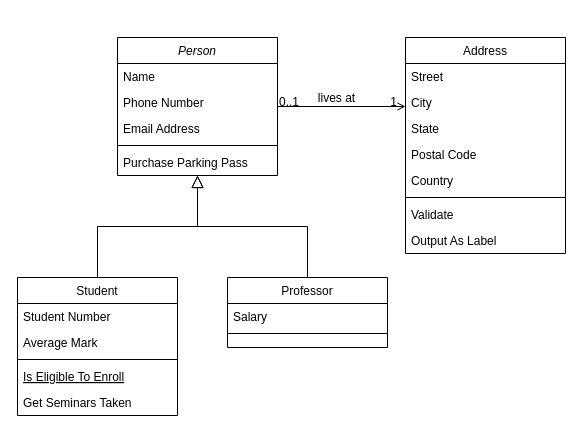
This is docs/LojaDeHardware.drawio from Matheus4444/LojaDeHardware, a draw.io file, before an edit. Source tidied: cells renumbered, new cells numbered last; positions are measured from the earlier drawing's top-left corner, leaving out a move shared by most shapes. Both pictures are drawn from the tidied source at 100%, with x=0, y=0 at pixel (17, 37).
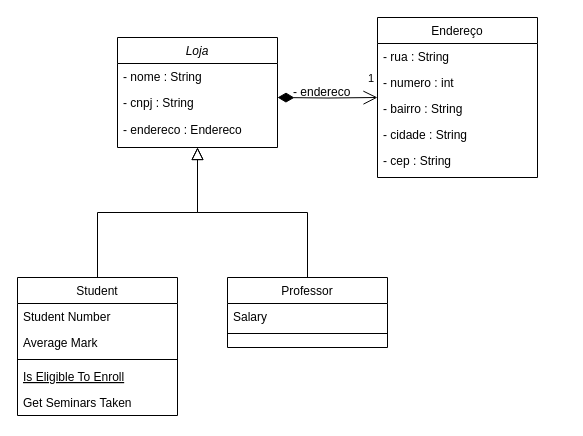
The same page after the edit.

Diff of the diagram source:
```diff
@@
-    <mxCell id="2" value="Person" style="swimlane;fontStyle=2;align=center;verticalAlign=top;horizontal=1;startSize=26;rounded=0;shadow=0;strokeWidth=1;" parent="1" vertex="1">
-      <mxGeometry x="100" width="160" height="138" as="geometry" />
+    <mxCell id="2" value="Loja" style="swimlane;fontStyle=2;align=center;verticalAlign=top;horizontal=1;startSize=26;rounded=0;shadow=0;strokeWidth=1;" parent="1" vertex="1">
+      <mxGeometry x="100" width="160" height="110" as="geometry" />
     </mxCell>
-    <mxCell id="3" value="Name" style="text;align=left;verticalAlign=top;spacingLeft=4;spacingRight=4;overflow=hidden;" parent="2" vertex="1">
+    <mxCell id="3" value="- nome : String" style="text;align=left;verticalAlign=top;spacingLeft=4;spacingRight=4;overflow=hidden;" parent="2" vertex="1">
       <mxGeometry y="26" width="160" height="26" as="geometry" />
     </mxCell>
-    <mxCell id="4" value="Phone Number" style="text;align=left;verticalAlign=top;spacingLeft=4;spacingRight=4;overflow=hidden;rounded=0;shadow=0;html=0;" parent="2" vertex="1">
+    <mxCell id="4" value="- cnpj : String" style="text;align=left;verticalAlign=top;spacingLeft=4;spacingRight=4;overflow=hidden;rounded=0;shadow=0;html=0;" parent="2" vertex="1">
       <mxGeometry y="52" width="160" height="26" as="geometry" />
     </mxCell>
-    <mxCell id="5" value="Email Address" style="text;align=left;verticalAlign=top;spacingLeft=4;spacingRight=4;overflow=hidden;rounded=0;shadow=0;html=0;" parent="2" vertex="1">
-      <mxGeometry y="78" width="160" height="26" as="geometry" />
-    </mxCell>
-    <mxCell id="6" style="line;html=1;strokeWidth=1;align=left;verticalAlign=middle;spacingTop=-1;spacingLeft=3;spacingRight=3;labelPosition=right;" parent="2" vertex="1">
-      <mxGeometry y="104" width="160" height="8" as="geometry" />
-    </mxCell>
-    <mxCell id="7" value="Purchase Parking Pass" style="text;align=left;verticalAlign=top;spacingLeft=4;spacingRight=4;overflow=hidden;" parent="2" vertex="1">
-      <mxGeometry y="112" width="160" height="26" as="geometry" />
-    </mxCell>
+    <mxCell id="32" value="- endereco : Endereco" style="text;strokeColor=none;fillColor=none;align=left;verticalAlign=middle;spacingLeft=4;spacingRight=4;overflow=hidden;whiteSpace=wrap;html=1;" parent="2" vertex="1">
+      <mxGeometry y="78" width="160" height="30" as="geometry" />
+    </mxCell>
@@
-    <mxCell id="19" value="Address" style="swimlane;fontStyle=0;align=center;verticalAlign=top;horizontal=1;startSize=26;rounded=0;shadow=0;strokeWidth=1;" parent="1" vertex="1">
-      <mxGeometry x="388" width="160" height="216" as="geometry" />
+    <mxCell id="19" value="Endereço" style="swimlane;fontStyle=0;align=center;verticalAlign=top;horizontal=1;startSize=26;rounded=0;shadow=0;strokeWidth=1;" parent="1" vertex="1">
+      <mxGeometry x="360" y="-20" width="160" height="160" as="geometry" />
     </mxCell>
-    <mxCell id="20" value="Street" style="text;align=left;verticalAlign=top;spacingLeft=4;spacingRight=4;overflow=hidden;" parent="19" vertex="1">
+    <mxCell id="20" value="- rua : String" style="text;align=left;verticalAlign=top;spacingLeft=4;spacingRight=4;overflow=hidden;" parent="19" vertex="1">
       <mxGeometry y="26" width="160" height="26" as="geometry" />
     </mxCell>
-    <mxCell id="21" value="City" style="text;align=left;verticalAlign=top;spacingLeft=4;spacingRight=4;overflow=hidden;rounded=0;shadow=0;html=0;" parent="19" vertex="1">
+    <mxCell id="21" value="- numero : int" style="text;align=left;verticalAlign=top;spacingLeft=4;spacingRight=4;overflow=hidden;rounded=0;shadow=0;html=0;" parent="19" vertex="1">
       <mxGeometry y="52" width="160" height="26" as="geometry" />
     </mxCell>
-    <mxCell id="22" value="State" style="text;align=left;verticalAlign=top;spacingLeft=4;spacingRight=4;overflow=hidden;rounded=0;shadow=0;html=0;" parent="19" vertex="1">
+    <mxCell id="22" value="- bairro : String" style="text;align=left;verticalAlign=top;spacingLeft=4;spacingRight=4;overflow=hidden;rounded=0;shadow=0;html=0;" parent="19" vertex="1">
       <mxGeometry y="78" width="160" height="26" as="geometry" />
     </mxCell>
-    <mxCell id="23" value="Postal Code" style="text;align=left;verticalAlign=top;spacingLeft=4;spacingRight=4;overflow=hidden;rounded=0;shadow=0;html=0;" parent="19" vertex="1">
+    <mxCell id="23" value="- cidade : String" style="text;align=left;verticalAlign=top;spacingLeft=4;spacingRight=4;overflow=hidden;rounded=0;shadow=0;html=0;" parent="19" vertex="1">
       <mxGeometry y="104" width="160" height="26" as="geometry" />
     </mxCell>
-    <mxCell id="24" value="Country" style="text;align=left;verticalAlign=top;spacingLeft=4;spacingRight=4;overflow=hidden;rounded=0;shadow=0;html=0;" parent="19" vertex="1">
+    <mxCell id="24" value="- cep : String" style="text;align=left;verticalAlign=top;spacingLeft=4;spacingRight=4;overflow=hidden;rounded=0;shadow=0;html=0;" parent="19" vertex="1">
       <mxGeometry y="130" width="160" height="26" as="geometry" />
     </mxCell>
-    <mxCell id="25" style="line;html=1;strokeWidth=1;align=left;verticalAlign=middle;spacingTop=-1;spacingLeft=3;spacingRight=3;labelPosition=right;" parent="19" vertex="1">
-      <mxGeometry y="156" width="160" height="8" as="geometry" />
-    </mxCell>
-    <mxCell id="26" value="Validate" style="text;align=left;verticalAlign=top;spacingLeft=4;spacingRight=4;overflow=hidden;" parent="19" vertex="1">
-      <mxGeometry y="164" width="160" height="26" as="geometry" />
-    </mxCell>
-    <mxCell id="27" value="Output As Label" style="text;align=left;verticalAlign=top;spacingLeft=4;spacingRight=4;overflow=hidden;" parent="19" vertex="1">
-      <mxGeometry y="190" width="160" height="26" as="geometry" />
-    </mxCell>
-    <mxCell id="28" style="endArrow=open;shadow=0;strokeWidth=1;rounded=0;endFill=1;edgeStyle=elbowEdgeStyle;elbow=vertical;" parent="1" edge="1" source="2" target="19">
-      <mxGeometry x="0.5" y="41" relative="1" as="geometry">
-        <mxPoint x="-40" y="32" as="offset" />
-      </mxGeometry>
-    </mxCell>
-    <mxCell id="29" value="0..1" style="align=left;verticalAlign=bottom;labelBackgroundColor=none;fontSize=12;" parent="28" vertex="1">
-      <mxGeometry x="-1" relative="1" as="geometry">
-        <mxPoint y="4" as="offset" />
-      </mxGeometry>
-    </mxCell>
-    <mxCell id="30" value="1" style="align=right;verticalAlign=bottom;labelBackgroundColor=none;fontSize=12;" parent="28" vertex="1">
-      <mxGeometry x="1" relative="1" as="geometry">
-        <mxPoint x="-7" y="4" as="offset" />
+    <mxCell id="30" value="1" style="endArrow=open;html=1;endSize=12;startArrow=diamondThin;startSize=14;startFill=1;edgeStyle=orthogonalEdgeStyle;align=left;verticalAlign=bottom;rounded=0;" parent="1" edge="1" target="19">
+      <mxGeometry x="0.8" y="10" relative="1" as="geometry">
+        <mxPoint x="260" y="60" as="sourcePoint" />
       </mxGeometry>
     </mxCell>
-    <mxCell id="31" value="lives at" style="text;html=1;align=center;verticalAlign=middle;labelBackgroundColor=none;rounded=0;shadow=0;strokeWidth=1;fontSize=12;" parent="28" vertex="1">
-      <mxGeometry x="0.5" y="49" relative="1" as="geometry">
-        <mxPoint x="-38" y="40" as="offset" />
-      </mxGeometry>
-    </mxCell>
+    <mxCell id="33" value="- endereco" style="text;strokeColor=none;fillColor=none;align=left;verticalAlign=middle;spacingLeft=4;spacingRight=4;overflow=hidden;whiteSpace=wrap;html=1;" parent="1" vertex="1">
+      <mxGeometry x="270" y="40" width="80" height="30" as="geometry" />
+    </mxCell>
```
